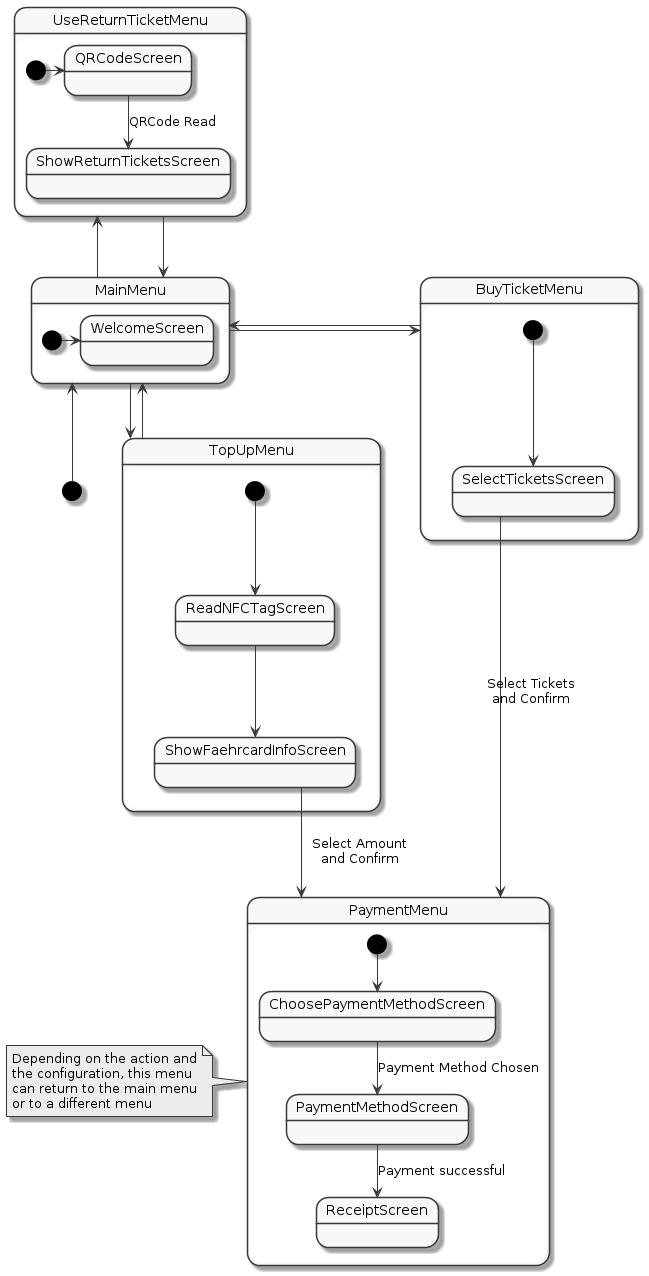
Earlier version of the PlantUML export img/frontend_state.png (FerryTix/diagrams).
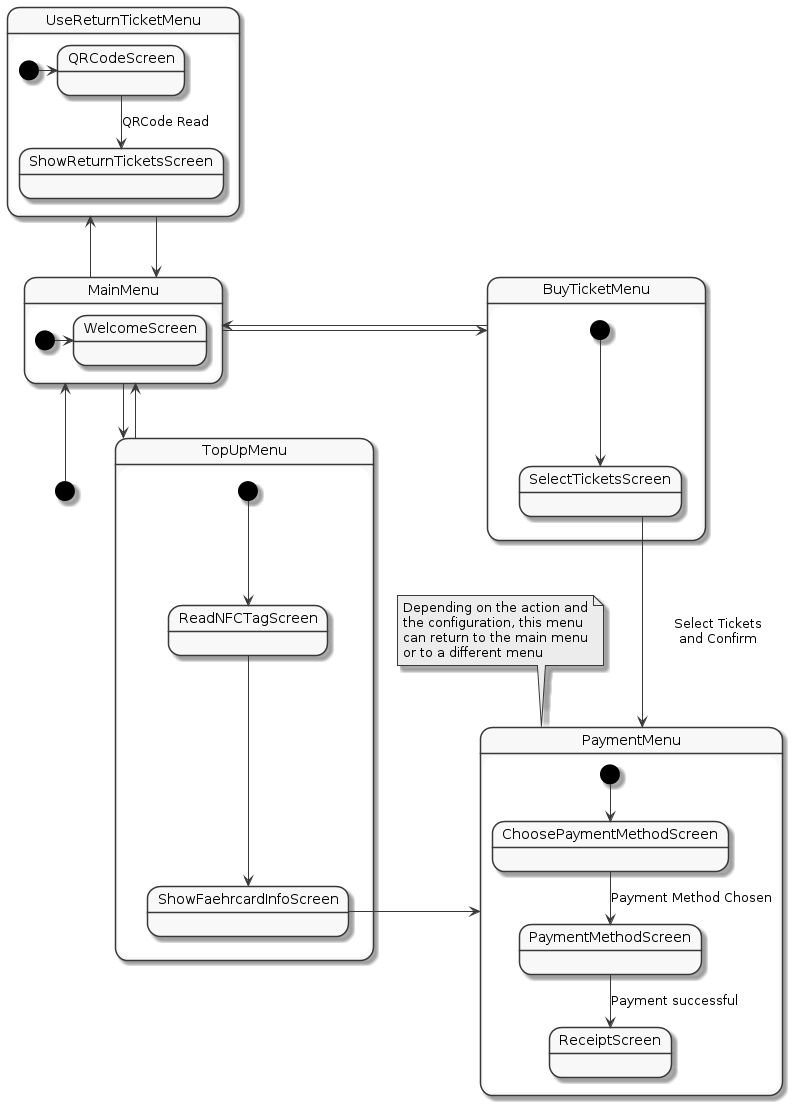
The same file after the commit.

Commit message:
rearrange frontend state diagram

What changed in the source:
```diff
@@ -4,22 +4,23 @@
 skinparam backgroundColor white
 skinparam scale 200
 
-[*] --up> MainMenu
 
 state MainMenu {
     [*] -> WelcomeScreen
 }
 
+[*] --up> MainMenu
+
 state TopUpMenu {
     [*] --> ReadNFCTagScreen
     ReadNFCTagScreen --> ShowFaehrcardInfoScreen
-    ShowFaehrcardInfoScreen --> PaymentMenu: Select Amount\nand Confirm
+    ShowFaehrcardInfoScreen -> PaymentMenu: Select Amount\nand Confirm
 }
 
 
 
 MainMenu --> TopUpMenu
-TopUpMenu --up> MainMenu
+TopUpMenu -up-> MainMenu
 
 
 state BuyTicketMenu {
@@ -44,7 +45,7 @@
     PaymentMethodScreen --> ReceiptScreen: Payment successful
 }
 
-note left of PaymentMenu: Depending on the action and\nthe configuration, this menu\ncan return to the main menu\nor to a different menu
+note top of PaymentMenu: Depending on the action and\nthe configuration, this menu\ncan return to the main menu\nor to a different menu
 
 
 @enduml
```
